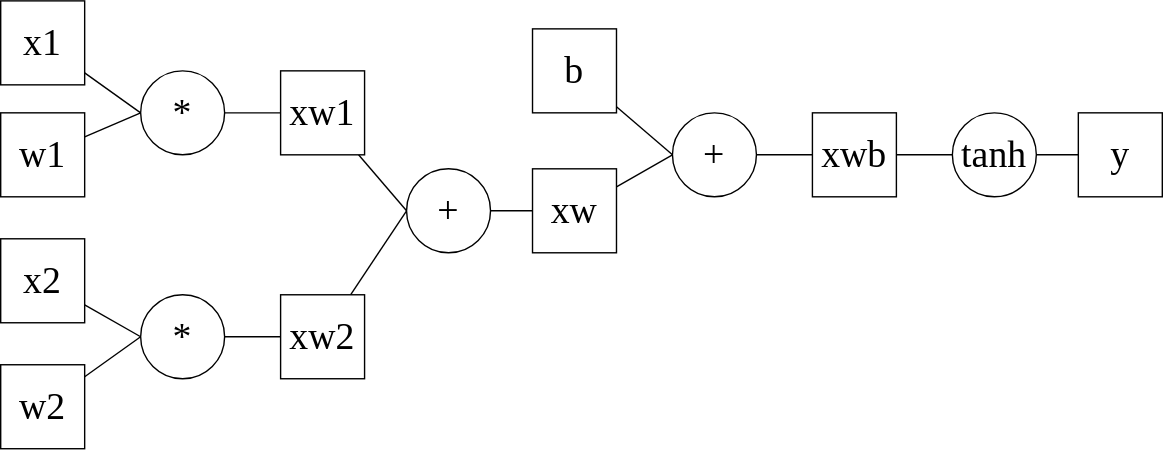
Janko-dev/autodiff keeps this draw.io diagram as img/neuron.drawio.svg. Above is the earlier version. Source tidied: cells renumbered, new cells last; positions are measured from the earlier drawing's top-left corner, leaving out a move shared by most shapes. Source of this version:
```xml
<mxGraphModel>
  <root>
    <mxCell id="0" />
    <mxCell id="1" parent="0" />
    <mxCell id="2" style="edgeStyle=none;html=1;entryX=0;entryY=0.5;entryDx=0;entryDy=0;fontFamily=Times New Roman;fontSize=27;endArrow=none;endFill=0;" parent="1" edge="1" source="3" target="8">
      <mxGeometry relative="1" as="geometry" />
    </mxCell>
    <mxCell id="3" value="x1" style="rounded=0;whiteSpace=wrap;html=1;fontSize=27;fontFamily=Times New Roman;" parent="1" vertex="1">
      <mxGeometry width="60" height="60" as="geometry" />
    </mxCell>
    <mxCell id="4" style="edgeStyle=none;html=1;entryX=0;entryY=0.5;entryDx=0;entryDy=0;fontFamily=Times New Roman;fontSize=27;endArrow=none;endFill=0;" parent="1" edge="1" source="5" target="8">
      <mxGeometry relative="1" as="geometry" />
    </mxCell>
    <mxCell id="5" value="w1" style="rounded=0;whiteSpace=wrap;html=1;fontSize=27;fontFamily=Times New Roman;" parent="1" vertex="1">
      <mxGeometry y="80" width="60" height="60" as="geometry" />
    </mxCell>
    <mxCell id="6" style="edgeStyle=none;html=1;entryX=0;entryY=0.5;entryDx=0;entryDy=0;fontFamily=Times New Roman;fontSize=27;endArrow=none;endFill=0;" parent="1" edge="1">
      <mxGeometry relative="1" as="geometry">
        <mxPoint x="300" y="162" as="sourcePoint" />
      </mxGeometry>
    </mxCell>
    <mxCell id="7" style="edgeStyle=none;html=1;entryX=0;entryY=0.5;entryDx=0;entryDy=0;endArrow=none;endFill=0;" parent="1" edge="1" source="8" target="25">
      <mxGeometry relative="1" as="geometry" />
    </mxCell>
    <mxCell id="8" value="*" style="ellipse;whiteSpace=wrap;html=1;fontFamily=Times New Roman;fontSize=27;" parent="1" vertex="1">
      <mxGeometry x="100" y="50" width="60" height="60" as="geometry" />
    </mxCell>
    <mxCell id="9" style="edgeStyle=none;html=1;entryX=0;entryY=0.5;entryDx=0;entryDy=0;fontFamily=Times New Roman;fontSize=27;endArrow=none;endFill=0;" parent="1" edge="1">
      <mxGeometry relative="1" as="geometry">
        <mxPoint x="430" y="120" as="sourcePoint" />
      </mxGeometry>
    </mxCell>
    <mxCell id="10" style="edgeStyle=none;html=1;entryX=0;entryY=0.5;entryDx=0;entryDy=0;fontFamily=Times New Roman;fontSize=27;endArrow=none;endFill=0;" parent="1" edge="1">
      <mxGeometry relative="1" as="geometry">
        <mxPoint x="300" y="92" as="sourcePoint" />
      </mxGeometry>
    </mxCell>
    <mxCell id="11" style="edgeStyle=none;html=1;entryX=0;entryY=0.5;entryDx=0;entryDy=0;endArrow=none;endFill=0;" parent="1" edge="1" source="12" target="16">
      <mxGeometry relative="1" as="geometry" />
    </mxCell>
    <mxCell id="12" value="x2" style="rounded=0;whiteSpace=wrap;html=1;fontSize=27;fontFamily=Times New Roman;" parent="1" vertex="1">
      <mxGeometry y="170" width="60" height="60" as="geometry" />
    </mxCell>
    <mxCell id="13" style="edgeStyle=none;html=1;entryX=0;entryY=0.5;entryDx=0;entryDy=0;endArrow=none;endFill=0;" parent="1" edge="1" source="14" target="16">
      <mxGeometry relative="1" as="geometry" />
    </mxCell>
    <mxCell id="14" value="w2" style="rounded=0;whiteSpace=wrap;html=1;fontSize=27;fontFamily=Times New Roman;" parent="1" vertex="1">
      <mxGeometry y="260" width="60" height="60" as="geometry" />
    </mxCell>
    <mxCell id="15" style="edgeStyle=none;html=1;entryX=0;entryY=0.5;entryDx=0;entryDy=0;endArrow=none;endFill=0;" parent="1" edge="1" source="16" target="27">
      <mxGeometry relative="1" as="geometry" />
    </mxCell>
    <mxCell id="16" value="*" style="ellipse;whiteSpace=wrap;html=1;fontFamily=Times New Roman;fontSize=27;" parent="1" vertex="1">
      <mxGeometry x="100" y="210" width="60" height="60" as="geometry" />
    </mxCell>
    <mxCell id="17" style="edgeStyle=none;html=1;entryX=0;entryY=0.5;entryDx=0;entryDy=0;endArrow=none;endFill=0;" parent="1" edge="1" source="18" target="20">
      <mxGeometry relative="1" as="geometry" />
    </mxCell>
    <mxCell id="18" value="b" style="rounded=0;whiteSpace=wrap;html=1;fontSize=27;fontFamily=Times New Roman;" parent="1" vertex="1">
      <mxGeometry x="380" y="20" width="60" height="60" as="geometry" />
    </mxCell>
    <mxCell id="19" style="edgeStyle=none;html=1;entryX=0;entryY=0.5;entryDx=0;entryDy=0;endArrow=none;endFill=0;" parent="1" edge="1" source="20" target="33">
      <mxGeometry relative="1" as="geometry" />
    </mxCell>
    <mxCell id="20" value="+" style="ellipse;whiteSpace=wrap;html=1;fontFamily=Times New Roman;fontSize=27;" parent="1" vertex="1">
      <mxGeometry x="480" y="80" width="60" height="60" as="geometry" />
    </mxCell>
    <mxCell id="21" style="edgeStyle=none;html=1;entryX=0;entryY=0.5;entryDx=0;entryDy=0;endArrow=none;endFill=0;" parent="1" edge="1" source="22" target="23">
      <mxGeometry relative="1" as="geometry" />
    </mxCell>
    <mxCell id="22" value="tanh" style="ellipse;whiteSpace=wrap;html=1;fontFamily=Times New Roman;fontSize=27;" parent="1" vertex="1">
      <mxGeometry x="680" y="80" width="60" height="60" as="geometry" />
    </mxCell>
    <mxCell id="23" value="y" style="rounded=0;whiteSpace=wrap;html=1;fontSize=27;fontFamily=Times New Roman;" parent="1" vertex="1">
      <mxGeometry x="770" y="80" width="60" height="60" as="geometry" />
    </mxCell>
    <mxCell id="24" style="edgeStyle=none;html=1;entryX=0;entryY=0.5;entryDx=0;entryDy=0;endArrow=none;endFill=0;" parent="1" edge="1" source="25" target="29">
      <mxGeometry relative="1" as="geometry" />
    </mxCell>
    <mxCell id="25" value="xw1" style="rounded=0;whiteSpace=wrap;html=1;fontSize=27;fontFamily=Times New Roman;" parent="1" vertex="1">
      <mxGeometry x="200" y="50" width="60" height="60" as="geometry" />
    </mxCell>
    <mxCell id="26" style="edgeStyle=none;html=1;entryX=0;entryY=0.5;entryDx=0;entryDy=0;endArrow=none;endFill=0;" parent="1" edge="1" source="27" target="29">
      <mxGeometry relative="1" as="geometry" />
    </mxCell>
    <mxCell id="27" value="xw2" style="rounded=0;whiteSpace=wrap;html=1;fontSize=27;fontFamily=Times New Roman;" parent="1" vertex="1">
      <mxGeometry x="200" y="210" width="60" height="60" as="geometry" />
    </mxCell>
    <mxCell id="28" style="edgeStyle=none;html=1;entryX=0;entryY=0.5;entryDx=0;entryDy=0;endArrow=none;endFill=0;" parent="1" edge="1" source="29" target="31">
      <mxGeometry relative="1" as="geometry" />
    </mxCell>
    <mxCell id="29" value="+" style="ellipse;whiteSpace=wrap;html=1;fontFamily=Times New Roman;fontSize=27;" parent="1" vertex="1">
      <mxGeometry x="290" y="120" width="60" height="60" as="geometry" />
    </mxCell>
    <mxCell id="30" style="edgeStyle=none;html=1;entryX=0;entryY=0.5;entryDx=0;entryDy=0;endArrow=none;endFill=0;" parent="1" edge="1" source="31" target="20">
      <mxGeometry relative="1" as="geometry" />
    </mxCell>
    <mxCell id="31" value="xw" style="rounded=0;whiteSpace=wrap;html=1;fontSize=27;fontFamily=Times New Roman;" parent="1" vertex="1">
      <mxGeometry x="380" y="120" width="60" height="60" as="geometry" />
    </mxCell>
    <mxCell id="32" style="edgeStyle=none;html=1;entryX=0;entryY=0.5;entryDx=0;entryDy=0;endArrow=none;endFill=0;" parent="1" edge="1" source="33" target="22">
      <mxGeometry relative="1" as="geometry" />
    </mxCell>
    <mxCell id="33" value="xwb" style="rounded=0;whiteSpace=wrap;html=1;fontSize=27;fontFamily=Times New Roman;" parent="1" vertex="1">
      <mxGeometry x="580" y="80" width="60" height="60" as="geometry" />
    </mxCell>
  </root>
</mxGraphModel>
```
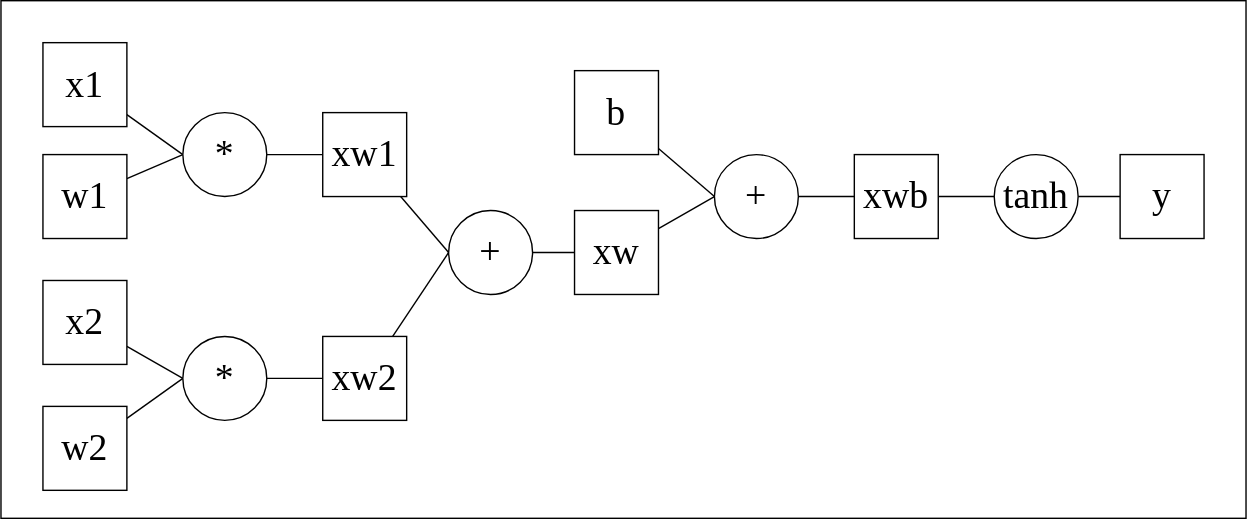
The same file after the commit.

What changed in the source:
```diff
@@ -2,6 +2,9 @@
   <root>
     <mxCell id="0" />
     <mxCell id="1" parent="0" />
+    <mxCell id="34" style="rounded=0;whiteSpace=wrap;html=1;" parent="1" vertex="1">
+      <mxGeometry x="-30" y="-30" width="890" height="370" as="geometry" />
+    </mxCell>
     <mxCell id="2" style="edgeStyle=none;html=1;entryX=0;entryY=0.5;entryDx=0;entryDy=0;fontFamily=Times New Roman;fontSize=27;endArrow=none;endFill=0;" parent="1" edge="1" source="3" target="8">
       <mxGeometry relative="1" as="geometry" />
     </mxCell>
```
